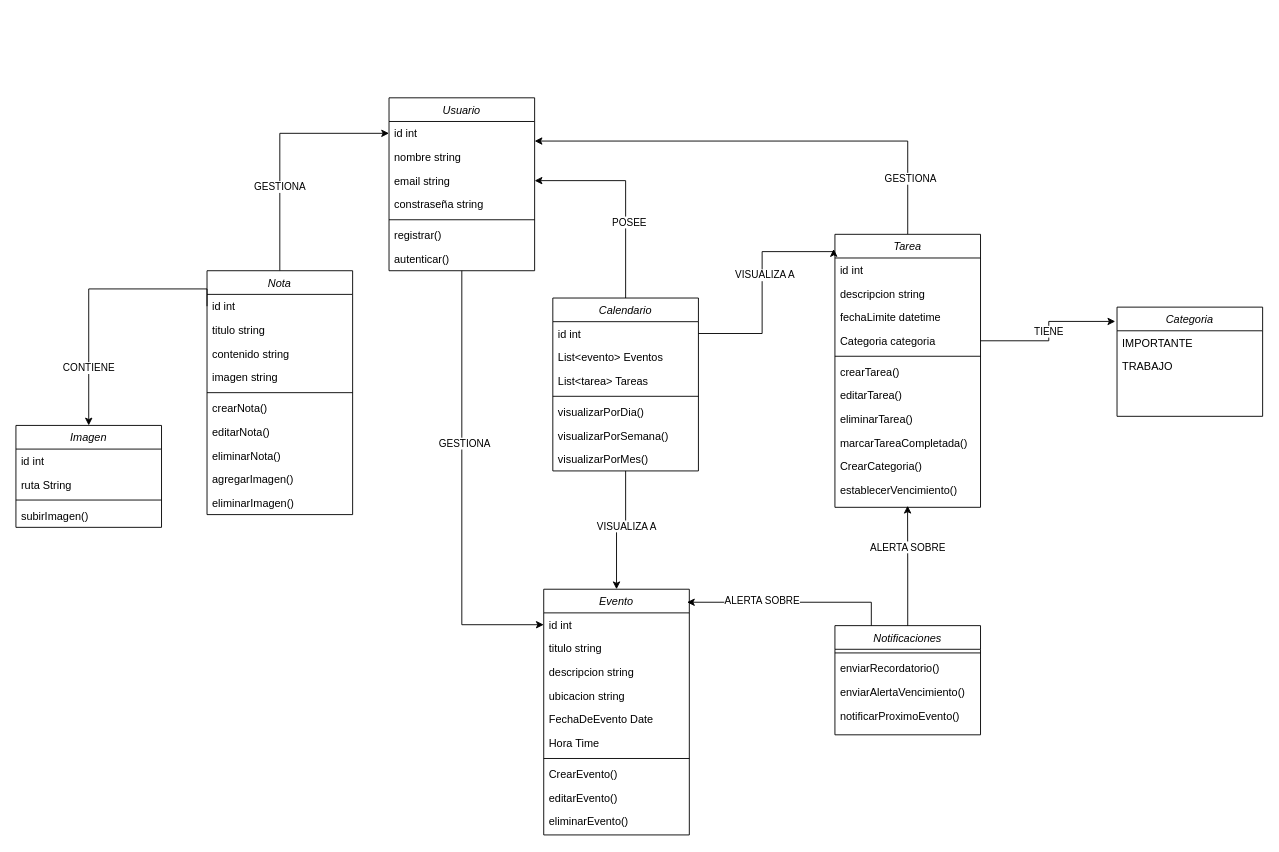
The draw.io diagram Diagrama sin título.drawio in LuisAlfred1/AppLogin-PracticaHome, before the edit. Source tidied: cells renumbered, new cells numbered last; positions are measured from the earlier drawing's top-left corner, leaving out a move shared by most shapes. Both pictures are drawn from the tidied source at 91%, with x=0, y=0 at pixel (15, 97).
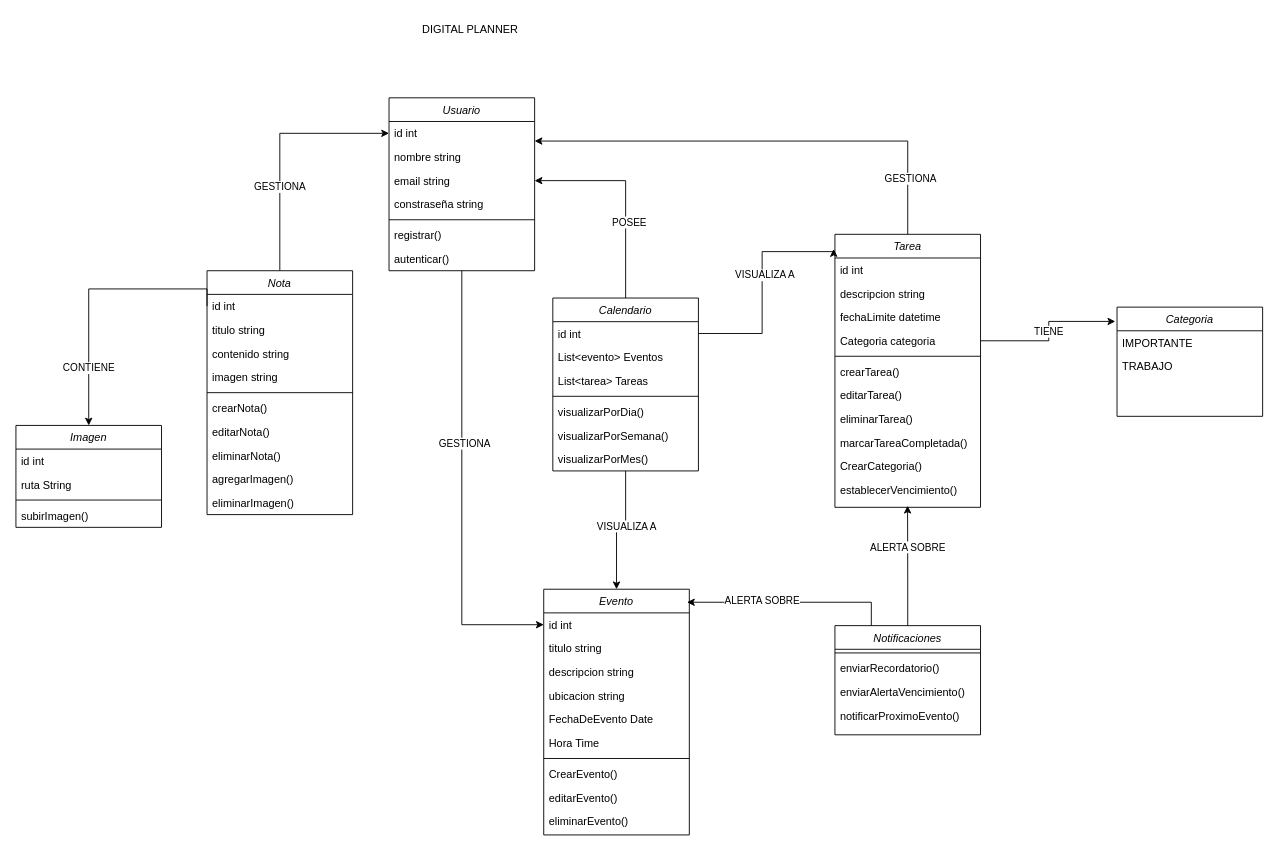
After the change.

What changed in the source:
```diff
@@
+    <mxCell id="85" value="DIGITAL PLANNER" style="text;html=1;align=center;verticalAlign=middle;strokeColor=none;fillColor=none;" parent="1" vertex="1">
+      <mxGeometry x="434" y="-90" width="130" height="30" as="geometry" />
+    </mxCell>
```
